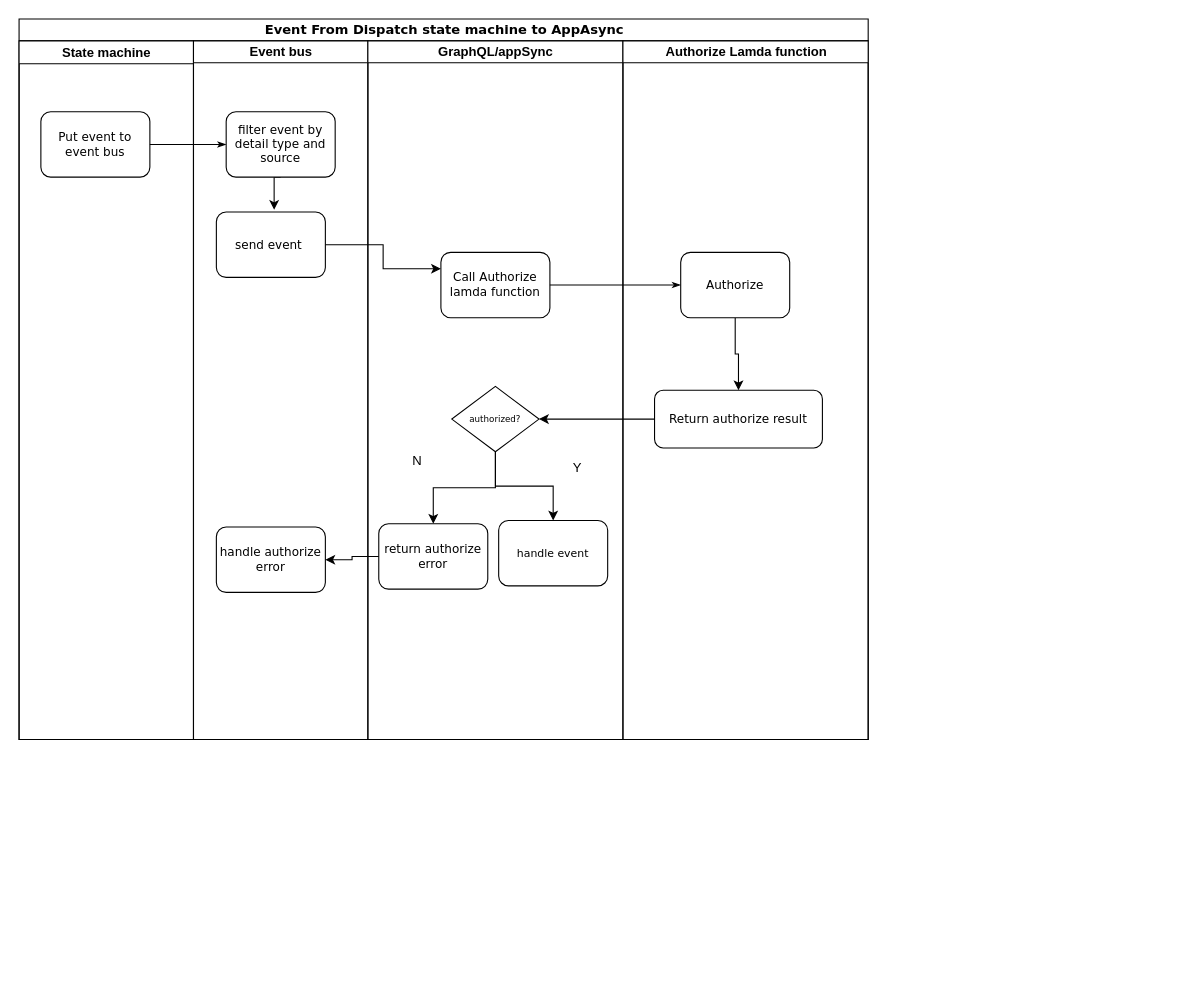
Above: dispatchevent.drawio in dieunguyen2003/deploycode (draw.io), before the change. Source tidied: cells renumbered, new cells numbered last; positions are measured from the earlier drawing's top-left corner, leaving out a move shared by most shapes. Both pictures are drawn from the tidied source at 109%, with x=0, y=0 at pixel (19, 19).
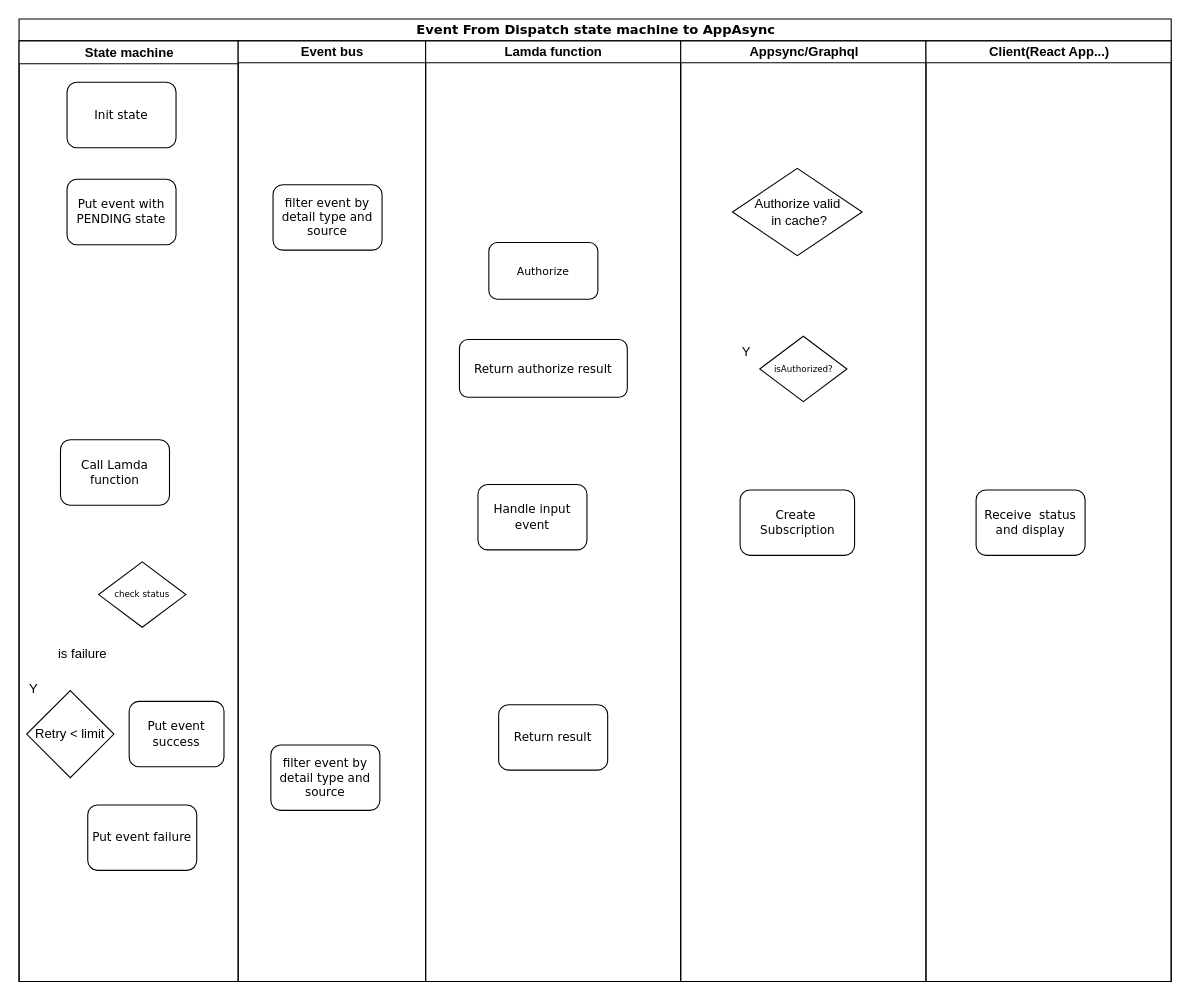
Above is the later version.

The edit, as a diff of the source:
```diff
@@
     <mxCell id="2" value="&lt;font style=&quot;font-size: 12px;&quot;&gt;Event From Dispatch state machine to AppAsync&lt;/font&gt;" style="swimlane;html=1;startSize=20;rounded=0;shadow=0;labelBackgroundColor=none;strokeWidth=1;fontFamily=Verdana;fontSize=8;align=center;" parent="1" vertex="1">
-      <mxGeometry width="779" height="661" as="geometry" />
+      <mxGeometry width="1057" height="883" as="geometry" />
     </mxCell>
     <mxCell id="3" value="State machine" style="swimlane;html=1;startSize=21;" parent="2" vertex="1">
-      <mxGeometry y="20" width="160" height="641" as="geometry" />
+      <mxGeometry y="20" width="201" height="863" as="geometry" />
     </mxCell>
-    <mxCell id="4" value="&lt;font style=&quot;font-size: 11px;&quot;&gt;Put event to event bus&lt;/font&gt;" style="rounded=1;whiteSpace=wrap;html=1;shadow=0;labelBackgroundColor=none;strokeWidth=1;fontFamily=Verdana;fontSize=8;align=center;" parent="3" vertex="1">
-      <mxGeometry x="20" y="65" width="100" height="60" as="geometry" />
+    <mxCell id="4" value="&lt;span style=&quot;font-size: 11px;&quot;&gt;Init state&lt;/span&gt;" style="rounded=1;whiteSpace=wrap;html=1;shadow=0;labelBackgroundColor=none;strokeWidth=1;fontFamily=Verdana;fontSize=8;align=center;" parent="3" vertex="1">
+      <mxGeometry x="44" y="38" width="100" height="60" as="geometry" />
     </mxCell>
-    <mxCell id="5" style="edgeStyle=orthogonalEdgeStyle;rounded=1;html=1;labelBackgroundColor=none;startArrow=none;startFill=0;startSize=5;endArrow=classicThin;endFill=1;endSize=5;jettySize=auto;strokeWidth=1;fontFamily=Verdana;fontSize=8;" parent="2" edge="1" source="4" target="8">
-      <mxGeometry relative="1" as="geometry" />
-    </mxCell>
+    <mxCell id="28" value="&lt;font style=&quot;font-size: 11px;&quot;&gt;Put event with PENDING state&lt;/font&gt;" style="rounded=1;whiteSpace=wrap;html=1;shadow=0;labelBackgroundColor=none;strokeWidth=1;fontFamily=Verdana;fontSize=8;align=center;" parent="3" vertex="1">
+      <mxGeometry x="44" y="127" width="100" height="60" as="geometry" />
+    </mxCell>
+    <mxCell id="29" value="&lt;font style=&quot;font-size: 11px;&quot;&gt;Call Lamda function&lt;/font&gt;" style="rounded=1;whiteSpace=wrap;html=1;shadow=0;labelBackgroundColor=none;strokeWidth=1;fontFamily=Verdana;fontSize=8;align=center;" parent="3" vertex="1">
+      <mxGeometry x="38" y="366" width="100" height="60" as="geometry" />
+    </mxCell>
+    <mxCell id="30" value="check status" style="rhombus;whiteSpace=wrap;html=1;rounded=0;shadow=0;labelBackgroundColor=none;strokeWidth=1;fontFamily=Verdana;fontSize=8;align=center;" parent="3" vertex="1">
+      <mxGeometry x="73" y="478" width="80" height="60" as="geometry" />
+    </mxCell>
+    <mxCell id="31" value="Retry &amp;lt; limit" style="rhombus;whiteSpace=wrap;html=1;" parent="3" vertex="1">
+      <mxGeometry x="7" y="596" width="80" height="80" as="geometry" />
+    </mxCell>
+    <mxCell id="32" value="is failure" style="text;html=1;align=center;verticalAlign=middle;strokeColor=none;fillColor=none;" parent="3" vertex="1">
+      <mxGeometry x="26" y="550" width="63" height="26" as="geometry" />
+    </mxCell>
+    <mxCell id="33" value="Y" style="text;html=1;align=center;verticalAlign=middle;strokeColor=none;fillColor=none;" parent="3" vertex="1">
+      <mxGeometry y="582" width="26" height="26" as="geometry" />
+    </mxCell>
+    <mxCell id="34" value="&lt;font style=&quot;font-size: 11px;&quot;&gt;Put event failure&lt;/font&gt;" style="rounded=1;whiteSpace=wrap;html=1;shadow=0;labelBackgroundColor=none;strokeWidth=1;fontFamily=Verdana;fontSize=8;align=center;" parent="3" vertex="1">
+      <mxGeometry x="63" y="701" width="100" height="60" as="geometry" />
+    </mxCell>
+    <mxCell id="35" value="&lt;font style=&quot;font-size: 11px;&quot;&gt;Put event success&lt;/font&gt;" style="rounded=1;whiteSpace=wrap;html=1;shadow=0;labelBackgroundColor=none;strokeWidth=1;fontFamily=Verdana;fontSize=8;align=center;" parent="3" vertex="1">
+      <mxGeometry x="101" y="606" width="87" height="60" as="geometry" />
+    </mxCell>
     <mxCell id="6" value="Event bus" style="swimlane;html=1;startSize=20;" parent="2" vertex="1">
-      <mxGeometry x="160" y="20" width="160" height="641" as="geometry" />
+      <mxGeometry x="201" y="20" width="172" height="863" as="geometry" />
     </mxCell>
-    <mxCell id="7" style="edgeStyle=orthogonalEdgeStyle;rounded=0;jettySize=auto;html=1;exitX=0.5;exitY=1;exitDx=0;exitDy=0;" parent="6" edge="1" source="8">
-      <mxGeometry relative="1" as="geometry">
-        <mxPoint x="74" y="155" as="targetPoint" />
-      </mxGeometry>
-    </mxCell>
     <mxCell id="8" value="&lt;font style=&quot;font-size: 11px;&quot;&gt;filter event by detail type and source&lt;/font&gt;" style="rounded=1;whiteSpace=wrap;html=1;shadow=0;labelBackgroundColor=none;strokeWidth=1;fontFamily=Verdana;fontSize=8;align=center;" parent="6" vertex="1">
-      <mxGeometry x="30" y="65" width="100" height="60" as="geometry" />
+      <mxGeometry x="32" y="132" width="100" height="60" as="geometry" />
     </mxCell>
-    <mxCell id="9" value="&lt;font style=&quot;font-size: 11px;&quot;&gt;send event&amp;nbsp;&lt;/font&gt;" style="rounded=1;whiteSpace=wrap;html=1;shadow=0;labelBackgroundColor=none;strokeWidth=1;fontFamily=Verdana;fontSize=8;align=center;" parent="6" vertex="1">
-      <mxGeometry x="21" y="157" width="100" height="60" as="geometry" />
-    </mxCell>
+    <mxCell id="36" value="&lt;font style=&quot;font-size: 11px;&quot;&gt;filter event by detail type and source&lt;/font&gt;" style="rounded=1;whiteSpace=wrap;html=1;shadow=0;labelBackgroundColor=none;strokeWidth=1;fontFamily=Verdana;fontSize=8;align=center;" parent="6" vertex="1">
+      <mxGeometry x="30" y="646" width="100" height="60" as="geometry" />
+    </mxCell>
+    <mxCell id="11" value="Lamda function" style="swimlane;html=1;startSize=20;" parent="2" vertex="1">
+      <mxGeometry x="373" y="20" width="234" height="863" as="geometry" />
+    </mxCell>
+    <mxCell id="16" value="&lt;font style=&quot;font-size: 10px;&quot;&gt;Authorize&lt;/font&gt;" style="rounded=1;whiteSpace=wrap;html=1;shadow=0;labelBackgroundColor=none;strokeWidth=1;fontFamily=Verdana;fontSize=8;align=center;" parent="11" vertex="1">
+      <mxGeometry x="58" y="185" width="100" height="52" as="geometry" />
+    </mxCell>
+    <mxCell id="18" value="&lt;font style=&quot;font-size: 11px;&quot;&gt;Handle input event&lt;/font&gt;" style="rounded=1;whiteSpace=wrap;html=1;shadow=0;labelBackgroundColor=none;strokeWidth=1;fontFamily=Verdana;fontSize=8;align=center;" parent="11" vertex="1">
+      <mxGeometry x="48" y="407" width="100" height="60" as="geometry" />
+    </mxCell>
+    <mxCell id="25" value="&lt;font style=&quot;font-size: 11px;&quot;&gt;Return&amp;nbsp;authorize result&lt;/font&gt;" style="rounded=1;whiteSpace=wrap;html=1;shadow=0;labelBackgroundColor=none;strokeWidth=1;fontFamily=Verdana;fontSize=8;align=center;" parent="11" vertex="1">
+      <mxGeometry x="31" y="274" width="154" height="53" as="geometry" />
+    </mxCell>
-    <mxCell id="10" value="&lt;font style=&quot;font-size: 11px;&quot;&gt;handle authorize error&lt;/font&gt;" style="rounded=1;whiteSpace=wrap;html=1;shadow=0;labelBackgroundColor=none;strokeWidth=1;fontFamily=Verdana;fontSize=8;align=center;" parent="6" vertex="1">
-      <mxGeometry x="21" y="446" width="100" height="60" as="geometry" />
+    <mxCell id="10" value="&lt;font style=&quot;font-size: 11px;&quot;&gt;Return result&lt;/font&gt;" style="rounded=1;whiteSpace=wrap;html=1;shadow=0;labelBackgroundColor=none;strokeWidth=1;fontFamily=Verdana;fontSize=8;align=center;" parent="11" vertex="1">
+      <mxGeometry x="67" y="609" width="100" height="60" as="geometry" />
     </mxCell>
-    <mxCell id="11" value="GraphQL/appSync" style="swimlane;html=1;startSize=20;" parent="2" vertex="1">
-      <mxGeometry x="320" y="20" width="234" height="641" as="geometry" />
-    </mxCell>
-    <mxCell id="12" value="&lt;font style=&quot;font-size: 11px;&quot;&gt;Call Authorize lamda function&lt;/font&gt;" style="rounded=1;whiteSpace=wrap;html=1;shadow=0;labelBackgroundColor=none;strokeWidth=1;fontFamily=Verdana;fontSize=8;align=center;" parent="11" vertex="1">
-      <mxGeometry x="67" y="194" width="100" height="60" as="geometry" />
-    </mxCell>
-    <mxCell id="13" style="edgeStyle=orthogonalEdgeStyle;rounded=0;jettySize=auto;html=1;entryX=0.5;entryY=0;entryDx=0;entryDy=0;" parent="11" edge="1" source="15" target="16">
-      <mxGeometry relative="1" as="geometry" />
-    </mxCell>
-    <mxCell id="14" style="edgeStyle=orthogonalEdgeStyle;rounded=0;jettySize=auto;html=1;" parent="11" edge="1" source="15" target="18">
-      <mxGeometry relative="1" as="geometry" />
-    </mxCell>
+    <mxCell id="22" value="Appsync/Graphql" style="swimlane;html=1;startSize=20;" parent="2" vertex="1">
+      <mxGeometry x="607" y="20" width="225" height="863" as="geometry" />
+    </mxCell>
+    <mxCell id="24" value="&lt;font style=&quot;font-size: 11px;&quot;&gt;Create&amp;nbsp;&lt;br&gt;Subscription&lt;/font&gt;" style="rounded=1;whiteSpace=wrap;html=1;shadow=0;labelBackgroundColor=none;strokeWidth=1;fontFamily=Verdana;fontSize=8;align=center;" parent="22" vertex="1">
+      <mxGeometry x="54.5" y="412" width="105" height="60" as="geometry" />
+    </mxCell>
+    <mxCell id="37" value="Authorize valid&lt;br&gt;&amp;nbsp;in cache?" style="rhombus;whiteSpace=wrap;html=1;" parent="22" vertex="1">
+      <mxGeometry x="47.5" y="117" width="119" height="80" as="geometry" />
+    </mxCell>
-    <mxCell id="15" value="authorized?" style="rhombus;whiteSpace=wrap;html=1;rounded=0;shadow=0;labelBackgroundColor=none;strokeWidth=1;fontFamily=Verdana;fontSize=8;align=center;" parent="11" vertex="1">
-      <mxGeometry x="77" y="317" width="80" height="60" as="geometry" />
+    <mxCell id="15" value="isAuthorized?" style="rhombus;whiteSpace=wrap;html=1;rounded=0;shadow=0;labelBackgroundColor=none;strokeWidth=1;fontFamily=Verdana;fontSize=8;align=center;" parent="22" vertex="1">
+      <mxGeometry x="72.5" y="271" width="80" height="60" as="geometry" />
     </mxCell>
-    <mxCell id="16" value="&lt;font style=&quot;font-size: 10px;&quot;&gt;handle event&lt;/font&gt;" style="rounded=1;whiteSpace=wrap;html=1;shadow=0;labelBackgroundColor=none;strokeWidth=1;fontFamily=Verdana;fontSize=8;align=center;" parent="11" vertex="1">
-      <mxGeometry x="120" y="440" width="100" height="60" as="geometry" />
-    </mxCell>
-    <mxCell id="17" value="Y" style="text;html=1;align=center;verticalAlign=middle;strokeColor=none;fillColor=none;" parent="11" vertex="1">
-      <mxGeometry x="177" y="377" width="30" height="30" as="geometry" />
-    </mxCell>
-    <mxCell id="18" value="&lt;font style=&quot;font-size: 11px;&quot;&gt;return authorize error&lt;/font&gt;" style="rounded=1;whiteSpace=wrap;html=1;shadow=0;labelBackgroundColor=none;strokeWidth=1;fontFamily=Verdana;fontSize=8;align=center;" parent="11" vertex="1">
-      <mxGeometry x="10" y="443" width="100" height="60" as="geometry" />
-    </mxCell>
-    <mxCell id="19" style="edgeStyle=orthogonalEdgeStyle;rounded=1;html=1;labelBackgroundColor=none;startArrow=none;startFill=0;startSize=5;endArrow=classicThin;endFill=1;endSize=5;jettySize=auto;strokeWidth=1;fontFamily=Verdana;fontSize=8;" parent="2" edge="1" source="12" target="24">
-      <mxGeometry relative="1" as="geometry" />
-    </mxCell>
-    <mxCell id="20" style="edgeStyle=orthogonalEdgeStyle;rounded=0;jettySize=auto;html=1;exitX=1;exitY=0.5;exitDx=0;exitDy=0;entryX=0;entryY=0.25;entryDx=0;entryDy=0;" parent="2" edge="1" source="9" target="12">
-      <mxGeometry relative="1" as="geometry" />
-    </mxCell>
-    <mxCell id="21" style="edgeStyle=orthogonalEdgeStyle;rounded=0;jettySize=auto;html=1;entryX=1;entryY=0.5;entryDx=0;entryDy=0;" parent="2" edge="1" source="25" target="15">
-      <mxGeometry relative="1" as="geometry" />
-    </mxCell>
-    <mxCell id="22" value="Authorize Lamda function" style="swimlane;html=1;startSize=20;" parent="2" vertex="1">
-      <mxGeometry x="554" y="20" width="225" height="641" as="geometry" />
-    </mxCell>
-    <mxCell id="23" style="edgeStyle=orthogonalEdgeStyle;rounded=0;jettySize=auto;html=1;entryX=0.5;entryY=0;entryDx=0;entryDy=0;" parent="22" edge="1" source="24" target="25">
-      <mxGeometry relative="1" as="geometry" />
-    </mxCell>
-    <mxCell id="24" value="&lt;font style=&quot;font-size: 11px;&quot;&gt;Authorize&lt;/font&gt;" style="rounded=1;whiteSpace=wrap;html=1;shadow=0;labelBackgroundColor=none;strokeWidth=1;fontFamily=Verdana;fontSize=8;align=center;" parent="22" vertex="1">
-      <mxGeometry x="53" y="194" width="100" height="60" as="geometry" />
-    </mxCell>
-    <mxCell id="25" value="&lt;font style=&quot;font-size: 11px;&quot;&gt;Return&amp;nbsp;authorize result&lt;/font&gt;" style="rounded=1;whiteSpace=wrap;html=1;shadow=0;labelBackgroundColor=none;strokeWidth=1;fontFamily=Verdana;fontSize=8;align=center;" parent="22" vertex="1">
-      <mxGeometry x="29" y="320.5" width="154" height="53" as="geometry" />
-    </mxCell>
-    <mxCell id="26" style="edgeStyle=orthogonalEdgeStyle;rounded=0;jettySize=auto;html=1;entryX=1;entryY=0.5;entryDx=0;entryDy=0;" parent="2" edge="1" source="18" target="10">
-      <mxGeometry relative="1" as="geometry" />
-    </mxCell>
-    <mxCell id="27" value="N" style="text;html=1;align=center;verticalAlign=middle;strokeColor=none;fillColor=none;" parent="1" vertex="1">
-      <mxGeometry x="351" y="393" width="27" height="26" as="geometry" />
-    </mxCell>
+    <mxCell id="38" value="Client(React App...)" style="swimlane;html=1;startSize=20;" parent="2" vertex="1">
+      <mxGeometry x="832" y="20" width="225" height="863" as="geometry" />
+    </mxCell>
+    <mxCell id="39" value="&lt;font style=&quot;font-size: 11px;&quot;&gt;Receive&amp;nbsp; status and display&lt;/font&gt;" style="rounded=1;whiteSpace=wrap;html=1;shadow=0;labelBackgroundColor=none;strokeWidth=1;fontFamily=Verdana;fontSize=8;align=center;" parent="38" vertex="1">
+      <mxGeometry x="46" y="412" width="100" height="60" as="geometry" />
+    </mxCell>
+    <mxCell id="40" value="Y" style="text;html=1;align=center;verticalAlign=middle;strokeColor=none;fillColor=none;" parent="1" vertex="1">
+      <mxGeometry x="654" y="293" width="26" height="26" as="geometry" />
+    </mxCell>
```
